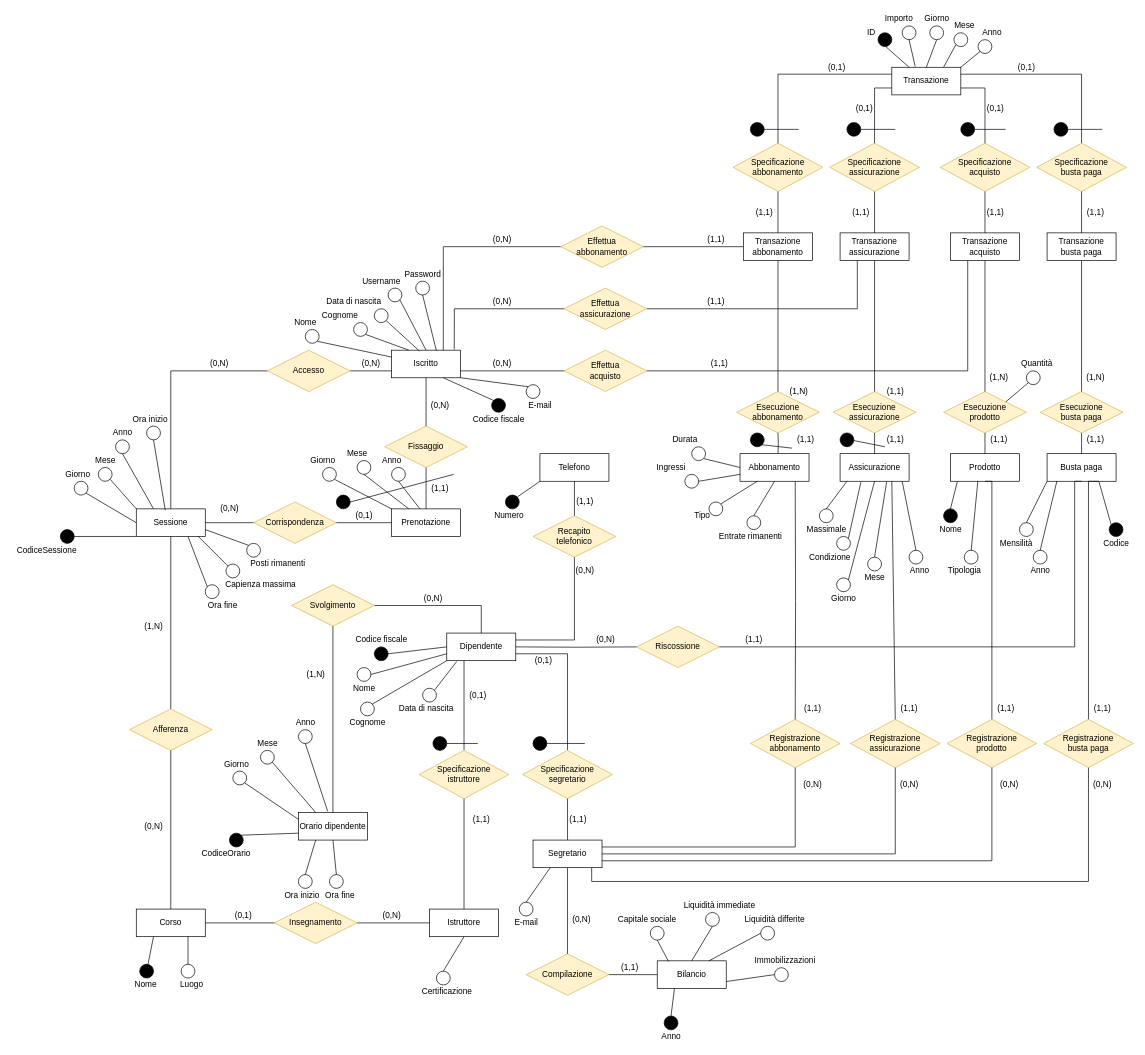
Above: Diagrammi ER/ER_ristrutturato.drawio in DavideNunin/anconarockclimb (draw.io), before the change. Source tidied: cells renumbered, new cells numbered last; positions are measured from the earlier drawing's top-left corner, leaving out a move shared by most shapes. Both pictures are drawn from the tidied source at 69%, with x=0, y=0 at pixel (12, 12).
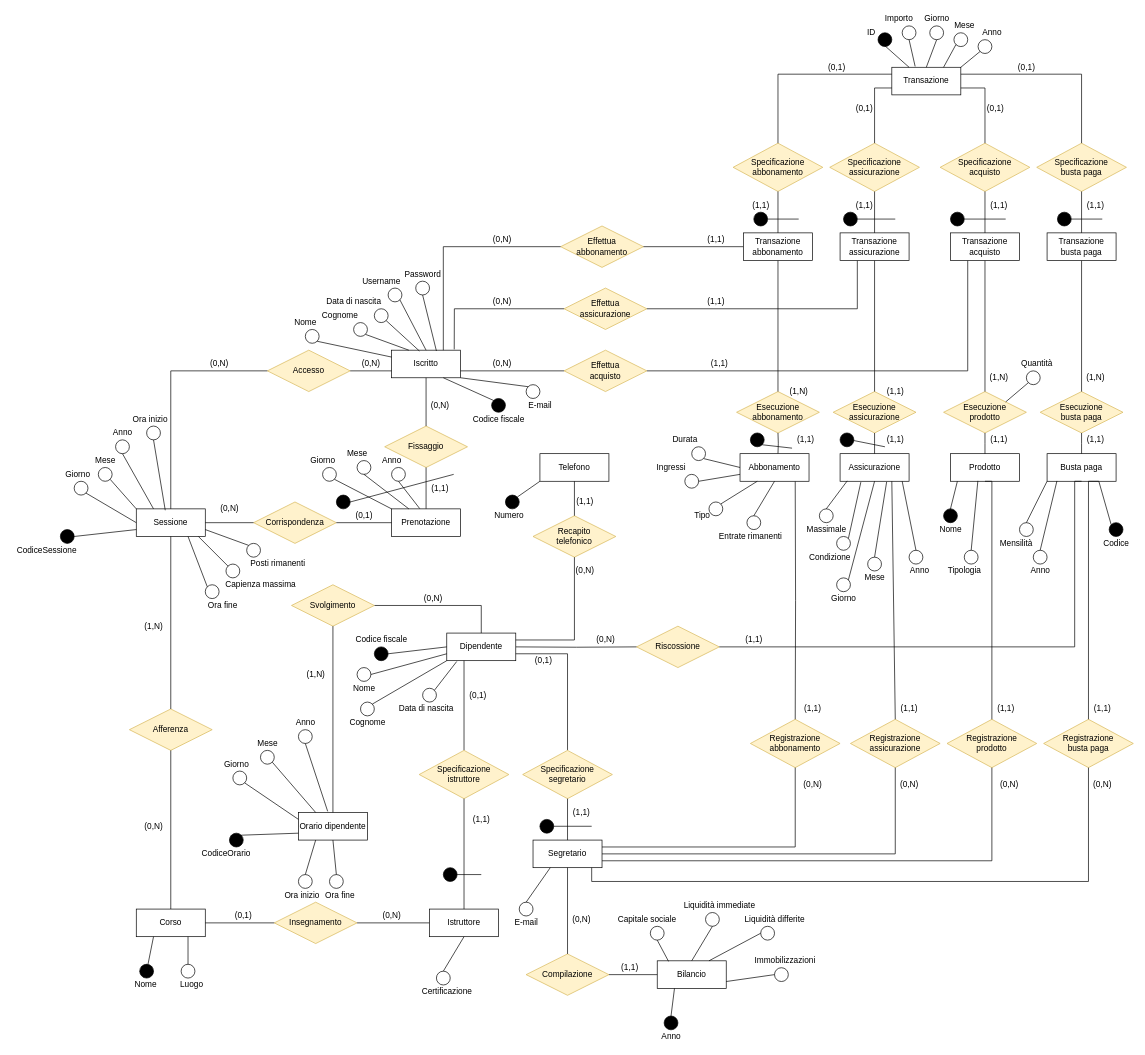
Above is the later version.

Unchanged cells that the change refers to:
```xml
<mxCell id="4" value="Sessione" style="whiteSpace=wrap;html=1;align=center;" parent="1" vertex="1">
  <mxGeometry x="180" y="720" width="100" height="40" as="geometry" />
</mxCell>
```

The edit, as a diff of the source:
```diff
@@
-    <mxCell id="105" style="endArrow=none;html=1;rounded=0;entryX=0;entryY=1;entryDx=0;entryDy=0;" parent="1" edge="1" target="4">
+    <mxCell id="105" style="endArrow=none;html=1;rounded=0;entryX=0;entryY=0.75;entryDx=0;entryDy=0;" parent="1" edge="1" target="4">
       <mxGeometry relative="1" as="geometry">
         <mxPoint x="90" y="760" as="sourcePoint" />
       </mxGeometry>
     </mxCell>
@@
     <mxCell id="218" value="(1,1)" style="text;html=1;align=center;verticalAlign=middle;strokeColor=none;fillColor=none;" parent="1" vertex="1">
-      <mxGeometry x="1070" y="280" width="40" height="20" as="geometry" />
+      <mxGeometry x="1065" y="270" width="40" height="20" as="geometry" />
     </mxCell>
     <mxCell id="219" value="(1,1)" style="text;html=1;align=center;verticalAlign=middle;strokeColor=none;fillColor=none;" parent="1" vertex="1">
-      <mxGeometry x="1550" y="280" width="40" height="20" as="geometry" />
+      <mxGeometry x="1550" y="270" width="40" height="20" as="geometry" />
     </mxCell>
     <mxCell id="220" value="(1,1)" style="text;html=1;align=center;verticalAlign=middle;strokeColor=none;fillColor=none;" parent="1" vertex="1">
-      <mxGeometry x="1405" y="280" width="40" height="20" as="geometry" />
+      <mxGeometry x="1410" y="270" width="40" height="20" as="geometry" />
     </mxCell>
     <mxCell id="221" value="(1,1)" style="text;html=1;align=center;verticalAlign=middle;strokeColor=none;fillColor=none;" parent="1" vertex="1">
-      <mxGeometry x="1210" y="280" width="40" height="20" as="geometry" />
+      <mxGeometry x="1215" y="270" width="40" height="20" as="geometry" />
     </mxCell>
     <mxCell id="222" style="ellipse;whiteSpace=wrap;html=1;glass=0;fillColor=#000000;" parent="1" vertex="1">
-      <mxGeometry x="1510" y="160" width="20" height="20" as="geometry" />
+      <mxGeometry x="1515" y="290" width="20" height="20" as="geometry" />
     </mxCell>
     <mxCell id="223" style="ellipse;whiteSpace=wrap;html=1;glass=0;fillColor=#000000;" parent="1" vertex="1">
-      <mxGeometry x="1375" y="160" width="20" height="20" as="geometry" />
+      <mxGeometry x="1360" y="290" width="20" height="20" as="geometry" />
     </mxCell>
     <mxCell id="224" style="ellipse;whiteSpace=wrap;html=1;glass=0;fillColor=#000000;" parent="1" vertex="1">
-      <mxGeometry x="1210" y="160" width="20" height="20" as="geometry" />
+      <mxGeometry x="1205" y="290" width="20" height="20" as="geometry" />
     </mxCell>
     <mxCell id="225" style="ellipse;whiteSpace=wrap;html=1;glass=0;fillColor=#000000;" parent="1" vertex="1">
-      <mxGeometry x="1070" y="160" width="20" height="20" as="geometry" />
+      <mxGeometry x="1075" y="290" width="20" height="20" as="geometry" />
     </mxCell>
     <mxCell id="226" style="endArrow=none;html=1;rounded=0;exitX=1;exitY=0.5;exitDx=0;exitDy=0;" parent="1" edge="1" source="225">
       <mxGeometry relative="1" as="geometry">
-        <mxPoint x="1140" y="170" as="targetPoint" />
+        <mxPoint x="1140" y="300" as="targetPoint" />
       </mxGeometry>
     </mxCell>
     <mxCell id="227" style="endArrow=none;html=1;rounded=0;exitX=1;exitY=0.5;exitDx=0;exitDy=0;" parent="1" edge="1" source="224">
       <mxGeometry relative="1" as="geometry">
-        <mxPoint x="1280" y="170" as="targetPoint" />
+        <mxPoint x="1280" y="300" as="targetPoint" />
       </mxGeometry>
     </mxCell>
     <mxCell id="228" style="endArrow=none;html=1;rounded=0;exitX=1;exitY=0.5;exitDx=0;exitDy=0;" parent="1" edge="1" source="222">
       <mxGeometry relative="1" as="geometry">
-        <mxPoint x="1580" y="170" as="targetPoint" />
+        <mxPoint x="1580" y="300" as="targetPoint" />
       </mxGeometry>
     </mxCell>
     <mxCell id="229" style="endArrow=none;html=1;rounded=0;exitX=1;exitY=0.5;exitDx=0;exitDy=0;" parent="1" edge="1" source="223">
       <mxGeometry relative="1" as="geometry">
-        <mxPoint x="1440" y="170" as="targetPoint" />
+        <mxPoint x="1440" y="300" as="targetPoint" />
       </mxGeometry>
     </mxCell>
@@
     <mxCell id="294" style="ellipse;whiteSpace=wrap;html=1;glass=0;fillColor=#000000;" parent="1" vertex="1">
-      <mxGeometry x="755" y="1050" width="20" height="20" as="geometry" />
+      <mxGeometry x="765" y="1170" width="20" height="20" as="geometry" />
     </mxCell>
     <mxCell id="295" style="ellipse;whiteSpace=wrap;html=1;glass=0;fillColor=#000000;" parent="1" vertex="1">
-      <mxGeometry x="610" y="1050" width="20" height="20" as="geometry" />
+      <mxGeometry x="625" y="1240" width="20" height="20" as="geometry" />
     </mxCell>
     <mxCell id="296" style="endArrow=none;html=1;rounded=0;exitX=1;exitY=0.5;exitDx=0;exitDy=0;" parent="1" edge="1" source="294">
       <mxGeometry relative="1" as="geometry">
-        <mxPoint x="830" y="1060" as="targetPoint" />
+        <mxPoint x="840" y="1180" as="targetPoint" />
       </mxGeometry>
     </mxCell>
     <mxCell id="297" style="endArrow=none;html=1;rounded=0;exitX=1;exitY=0.5;exitDx=0;exitDy=0;" parent="1" edge="1" source="295">
       <mxGeometry relative="1" as="geometry">
-        <mxPoint x="675" y="1060" as="targetPoint" />
+        <mxPoint x="680" y="1250" as="targetPoint" />
       </mxGeometry>
     </mxCell>
@@
     <mxCell id="309" value="(1,1)" style="text;html=1;align=center;verticalAlign=middle;strokeColor=none;fillColor=none;" parent="1" vertex="1">
-      <mxGeometry x="800" y="1160" width="40" height="20" as="geometry" />
+      <mxGeometry x="805" y="1150" width="40" height="20" as="geometry" />
     </mxCell>
```
